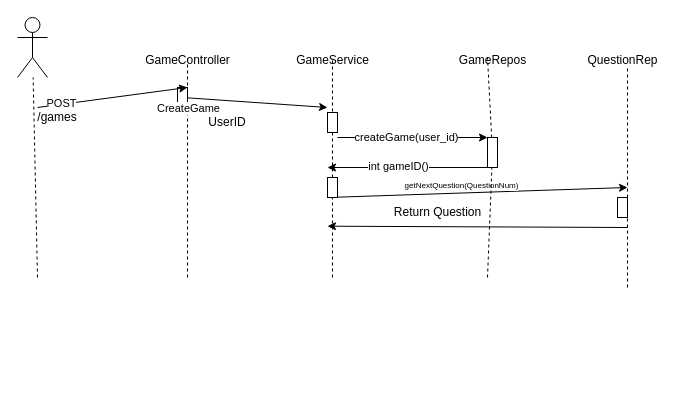
Above: Диаграмма без названия.drawio in feanor010/MobileDevelop (draw.io), before the change. Source tidied: cells renumbered, new cells numbered last; positions are measured from the earlier drawing's top-left corner, leaving out a move shared by most shapes. Both pictures are drawn from the tidied source at 100%, with x=0, y=0 at pixel (17, 17).
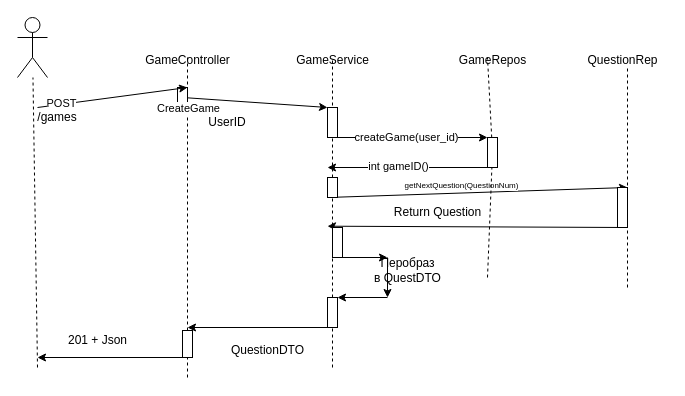
After the change.

The change refers to these unchanged cells:
```xml
<mxCell id="3" style="shape=umlActor;verticalLabelPosition=bottom;verticalAlign=top;html=1;outlineConnect=0;" parent="1" vertex="1">
  <mxGeometry width="30" height="60" as="geometry" />
</mxCell>
<mxCell id="31" style="rounded=0;whiteSpace=wrap;html=1;" parent="1" vertex="1">
  <mxGeometry x="310" y="160" width="10" height="20" as="geometry" />
</mxCell>
```

What changed in the source:
```diff
@@
     <mxCell id="4" style="endArrow=none;dashed=1;html=1;rounded=0;" parent="1" edge="1" target="3">
       <mxGeometry relative="1" as="geometry">
-        <mxPoint x="20" y="260" as="sourcePoint" />
+        <mxPoint x="20" y="350" as="sourcePoint" />
       </mxGeometry>
     </mxCell>
@@
-    <mxCell id="7" style="endArrow=none;dashed=1;html=1;rounded=0;" parent="1" edge="1">
+    <mxCell id="7" style="endArrow=none;dashed=1;html=1;rounded=0;" parent="1" edge="1" source="46">
       <mxGeometry relative="1" as="geometry">
-        <mxPoint x="170" y="260" as="sourcePoint" />
         <mxPoint x="170" y="40" as="targetPoint" />
       </mxGeometry>
     </mxCell>
@@
     <mxCell id="27" style="rounded=0;whiteSpace=wrap;html=1;" parent="1" vertex="1">
-      <mxGeometry x="310" y="95" width="10" height="20" as="geometry" />
+      <mxGeometry x="310" y="90" width="10" height="30" as="geometry" />
     </mxCell>
@@
-    <mxCell id="30" style="endArrow=none;dashed=1;html=1;rounded=0;" parent="1" edge="1" target="31">
-      <mxGeometry relative="1" as="geometry">
-        <mxPoint x="315" y="260" as="sourcePoint" />
-      </mxGeometry>
+    <mxCell id="30" style="endArrow=none;dashed=1;html=1;rounded=0;" parent="1" edge="1" source="44" target="31">
+      <mxGeometry relative="1" as="geometry" />
     </mxCell>
@@
     <mxCell id="32" style="rounded=0;whiteSpace=wrap;html=1;" parent="1" vertex="1">
-      <mxGeometry x="600" y="180" width="10" height="20" as="geometry" />
+      <mxGeometry x="600" y="170" width="10" height="40" as="geometry" />
     </mxCell>
@@
+    <mxCell id="34" style="endArrow=classic;html=1;rounded=0;" parent="1" edge="1">
+      <mxGeometry relative="1" as="geometry">
+        <mxPoint x="320" y="240" as="sourcePoint" />
+        <mxPoint x="370" y="240" as="targetPoint" />
+      </mxGeometry>
+    </mxCell>
+    <mxCell id="35" style="endArrow=classic;html=1;rounded=0;" parent="1" edge="1">
+      <mxGeometry relative="1" as="geometry">
+        <mxPoint x="370" y="240" as="sourcePoint" />
+        <mxPoint x="370" y="280" as="targetPoint" />
+      </mxGeometry>
+    </mxCell>
+    <mxCell id="36" style="endArrow=classic;html=1;rounded=0;" parent="1" edge="1">
+      <mxGeometry relative="1" as="geometry">
+        <mxPoint x="370" y="280" as="sourcePoint" />
+        <mxPoint x="320" y="280" as="targetPoint" />
+      </mxGeometry>
+    </mxCell>
+    <mxCell id="37" value="Перобраз&lt;br&gt;в QuestDTO" style="text;html=1;align=center;verticalAlign=middle;strokeColor=none;fillColor=none;" parent="1" vertex="1">
+      <mxGeometry x="345" y="233" width="90" height="40" as="geometry" />
+    </mxCell>
+    <mxCell id="38" style="endArrow=classic;html=1;rounded=0;" parent="1" edge="1">
+      <mxGeometry relative="1" as="geometry">
+        <mxPoint x="320" y="310" as="sourcePoint" />
+        <mxPoint x="170" y="310" as="targetPoint" />
+      </mxGeometry>
+    </mxCell>
+    <mxCell id="39" style="endArrow=classic;html=1;rounded=0;" parent="1" edge="1">
+      <mxGeometry relative="1" as="geometry">
+        <mxPoint x="170" y="340" as="sourcePoint" />
+        <mxPoint x="20" y="340" as="targetPoint" />
+      </mxGeometry>
+    </mxCell>
+    <mxCell id="40" value="QuestionDTO" style="text;html=1;align=center;verticalAlign=middle;strokeColor=none;fillColor=none;" parent="1" vertex="1">
+      <mxGeometry x="200" y="318" width="100" height="30" as="geometry" />
+    </mxCell>
+    <mxCell id="41" value="201 + Json" style="text;html=1;align=center;verticalAlign=middle;strokeColor=none;fillColor=none;" parent="1" vertex="1">
+      <mxGeometry x="40" y="308" width="80" height="30" as="geometry" />
+    </mxCell>
+    <mxCell id="42" style="rounded=0;whiteSpace=wrap;html=1;" parent="1" vertex="1">
+      <mxGeometry x="315" y="210" width="10" height="30" as="geometry" />
+    </mxCell>
+    <mxCell id="43" style="endArrow=none;dashed=1;html=1;rounded=0;" parent="1" edge="1" target="44">
+      <mxGeometry relative="1" as="geometry">
+        <mxPoint x="315" y="350" as="sourcePoint" />
+      </mxGeometry>
+    </mxCell>
+    <mxCell id="44" style="rounded=0;whiteSpace=wrap;html=1;" parent="1" vertex="1">
+      <mxGeometry x="310" y="280" width="10" height="30" as="geometry" />
+    </mxCell>
+    <mxCell id="45" style="endArrow=none;dashed=1;html=1;rounded=0;" parent="1" edge="1" target="46">
+      <mxGeometry relative="1" as="geometry">
+        <mxPoint x="170" y="360" as="sourcePoint" />
+      </mxGeometry>
+    </mxCell>
+    <mxCell id="46" style="rounded=0;whiteSpace=wrap;html=1;" parent="1" vertex="1">
+      <mxGeometry x="165" y="313" width="10" height="27" as="geometry" />
+    </mxCell>
```
